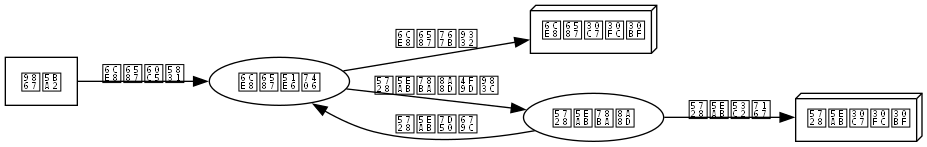
Earlier version of the Graphviz export docs/06-project-phase-diagrams/examples/02-dfd.png (duwenji/diagram-as-code-tutorial). Its source is kept beside it as docs/06-project-phase-diagrams/examples/02-dfd.dot.
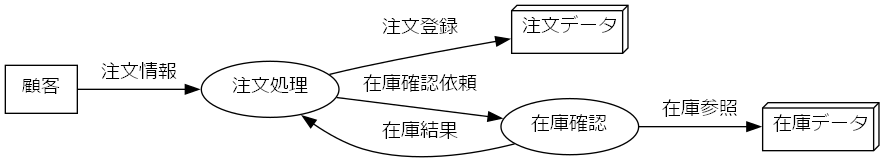
After the commit.

What changed in the source:
```diff
@@ -1,6 +1,7 @@
 digraph DFD {
   rankdir=LR;
-  node [fontname="Helvetica"];
+  node [fontname="Meiryo"];
+  edge [fontname="Meiryo"];
 
   Customer [shape=box, label="顧客"];
   OrderProcess [shape=ellipse, label="注文処理"];
```
